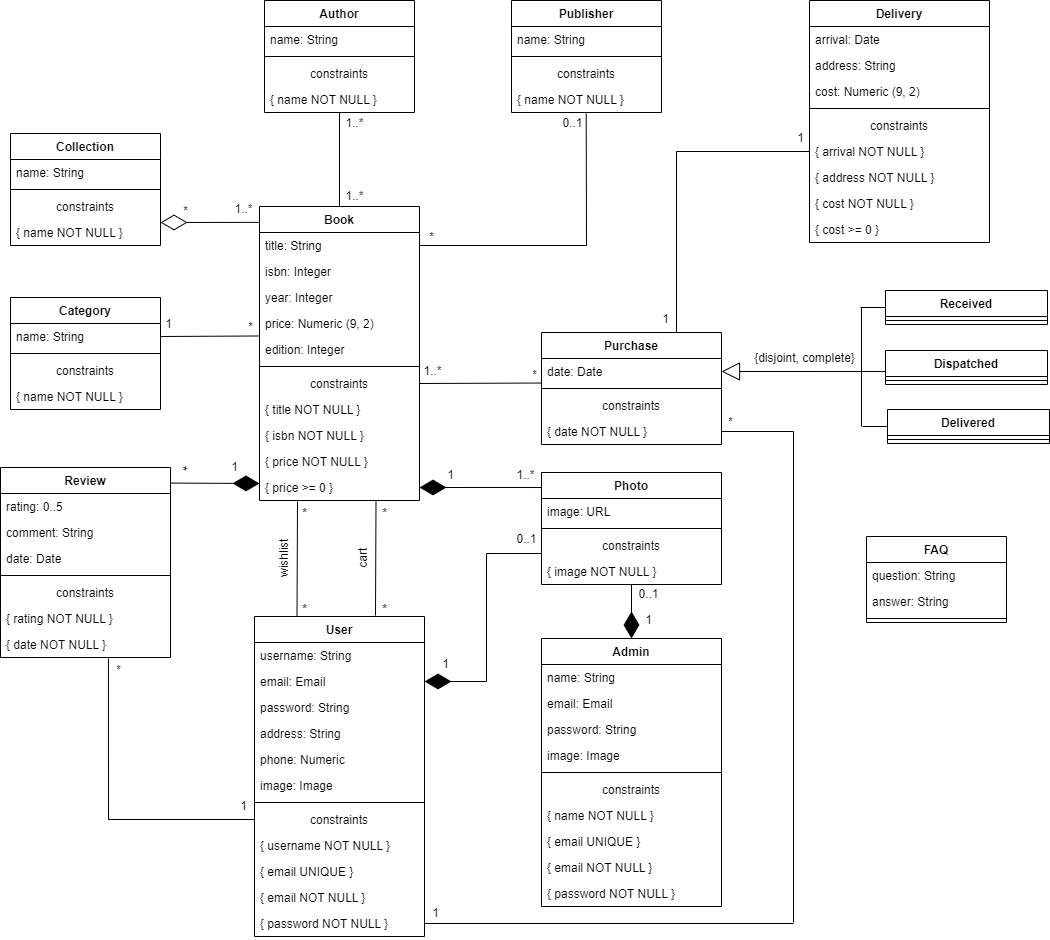
P1ntas/LBAW keeps this draw.io diagram as docs/images/UML.png. Above is the earlier version. Source tidied: cells renumbered, new cells last; positions are measured from the earlier drawing's top-left corner, leaving out a move shared by most shapes.
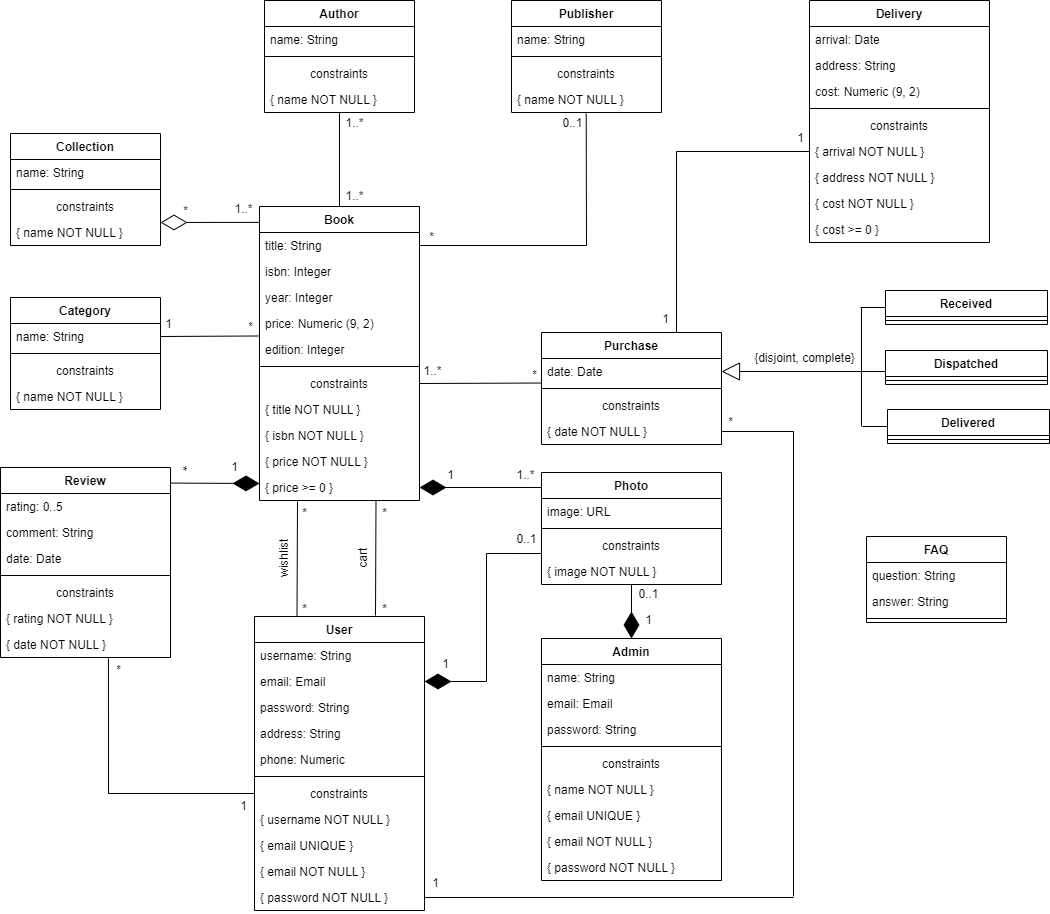
Above is the later version.

Change to the diagram source:
```diff
@@ -39,7 +39,7 @@
       <mxGeometry y="268" width="160" height="26" as="geometry" />
     </mxCell>
     <mxCell id="14" value="User" style="swimlane;fontStyle=1;align=center;verticalAlign=top;horizontal=1;startSize=26;" parent="1" vertex="1">
-      <mxGeometry x="254" y="616" width="170" height="320" as="geometry" />
+      <mxGeometry x="254" y="616" width="170" height="294" as="geometry" />
     </mxCell>
     <mxCell id="15" value="username: String" style="text;strokeColor=none;fillColor=none;align=left;verticalAlign=top;spacingLeft=4;spacingRight=4;overflow=hidden;" parent="14" vertex="1">
       <mxGeometry y="26" width="170" height="26" as="geometry" />
@@ -56,29 +56,26 @@
     <mxCell id="19" value="phone: Numeric" style="text;strokeColor=none;fillColor=none;align=left;verticalAlign=top;spacingLeft=4;spacingRight=4;overflow=hidden;" parent="14" vertex="1">
       <mxGeometry y="130" width="170" height="26" as="geometry" />
     </mxCell>
-    <mxCell id="20" value="image: Image" style="text;strokeColor=none;fillColor=none;align=left;verticalAlign=top;spacingLeft=4;spacingRight=4;overflow=hidden;" parent="14" vertex="1">
-      <mxGeometry y="156" width="170" height="26" as="geometry" />
-    </mxCell>
     <mxCell id="21" style="line;strokeWidth=1;fillColor=none;align=left;verticalAlign=middle;spacingTop=-1;spacingLeft=3;spacingRight=3;labelPosition=right;strokeColor=inherit;" parent="14" vertex="1">
-      <mxGeometry y="182" width="170" height="8" as="geometry" />
+      <mxGeometry y="156" width="170" height="8" as="geometry" />
     </mxCell>
     <mxCell id="22" value="constraints" style="text;strokeColor=none;fillColor=none;align=center;verticalAlign=top;spacingLeft=4;spacingRight=4;overflow=hidden;points=[[0,0.5],[1,0.5]];portConstraint=eastwest;" parent="14" vertex="1">
-      <mxGeometry y="190" width="170" height="26" as="geometry" />
+      <mxGeometry y="164" width="170" height="26" as="geometry" />
     </mxCell>
     <mxCell id="23" value="{ username NOT NULL }" style="text;strokeColor=none;fillColor=none;align=left;verticalAlign=top;spacingLeft=4;spacingRight=4;overflow=hidden;" parent="14" vertex="1">
-      <mxGeometry y="216" width="170" height="26" as="geometry" />
+      <mxGeometry y="190" width="170" height="26" as="geometry" />
     </mxCell>
     <mxCell id="24" value="{ email UNIQUE }" style="text;strokeColor=none;fillColor=none;align=left;verticalAlign=top;spacingLeft=4;spacingRight=4;overflow=hidden;" parent="14" vertex="1">
-      <mxGeometry y="242" width="170" height="26" as="geometry" />
+      <mxGeometry y="216" width="170" height="26" as="geometry" />
     </mxCell>
     <mxCell id="25" value="{ email NOT NULL }" style="text;strokeColor=none;fillColor=none;align=left;verticalAlign=top;spacingLeft=4;spacingRight=4;overflow=hidden;" parent="14" vertex="1">
-      <mxGeometry y="268" width="170" height="26" as="geometry" />
+      <mxGeometry y="242" width="170" height="26" as="geometry" />
     </mxCell>
     <mxCell id="26" value="{ password NOT NULL }" style="text;strokeColor=none;fillColor=none;align=left;verticalAlign=top;spacingLeft=4;spacingRight=4;overflow=hidden;points=[[0,0.5],[1,0.5]];portConstraint=eastwest;" parent="14" vertex="1">
-      <mxGeometry y="294" width="170" height="26" as="geometry" />
+      <mxGeometry y="268" width="170" height="26" as="geometry" />
     </mxCell>
     <mxCell id="27" value="Admin" style="swimlane;fontStyle=1;align=center;verticalAlign=top;horizontal=1;startSize=26;" parent="1" vertex="1">
-      <mxGeometry x="541" y="638" width="180" height="268" as="geometry" />
+      <mxGeometry x="541" y="638" width="180" height="242" as="geometry" />
     </mxCell>
     <mxCell id="28" value="name: String" style="text;strokeColor=none;fillColor=none;align=left;verticalAlign=top;spacingLeft=4;spacingRight=4;overflow=hidden;" parent="27" vertex="1">
       <mxGeometry y="26" width="180" height="26" as="geometry" />
@@ -89,26 +86,23 @@
     <mxCell id="30" value="password: String" style="text;strokeColor=none;fillColor=none;align=left;verticalAlign=top;spacingLeft=4;spacingRight=4;overflow=hidden;" parent="27" vertex="1">
       <mxGeometry y="78" width="180" height="26" as="geometry" />
     </mxCell>
-    <mxCell id="31" value="image: Image" style="text;strokeColor=none;fillColor=none;align=left;verticalAlign=top;spacingLeft=4;spacingRight=4;overflow=hidden;" parent="27" vertex="1">
-      <mxGeometry y="104" width="180" height="26" as="geometry" />
-    </mxCell>
     <mxCell id="32" style="line;strokeWidth=1;fillColor=none;align=left;verticalAlign=middle;spacingTop=-1;spacingLeft=3;spacingRight=3;labelPosition=right;strokeColor=inherit;" parent="27" vertex="1">
-      <mxGeometry y="130" width="180" height="8" as="geometry" />
+      <mxGeometry y="104" width="180" height="8" as="geometry" />
     </mxCell>
     <mxCell id="33" value="constraints" style="text;strokeColor=none;fillColor=none;align=center;verticalAlign=top;spacingLeft=4;spacingRight=4;overflow=hidden;" parent="27" vertex="1">
-      <mxGeometry y="138" width="180" height="26" as="geometry" />
+      <mxGeometry y="112" width="180" height="26" as="geometry" />
     </mxCell>
     <mxCell id="34" value="{ name NOT NULL }" style="text;strokeColor=none;fillColor=none;align=left;verticalAlign=top;spacingLeft=4;spacingRight=4;overflow=hidden;" parent="27" vertex="1">
-      <mxGeometry y="164" width="180" height="26" as="geometry" />
+      <mxGeometry y="138" width="180" height="26" as="geometry" />
     </mxCell>
     <mxCell id="35" value="{ email UNIQUE }" style="text;strokeColor=none;fillColor=none;align=left;verticalAlign=top;spacingLeft=4;spacingRight=4;overflow=hidden;" parent="27" vertex="1">
-      <mxGeometry y="190" width="180" height="26" as="geometry" />
+      <mxGeometry y="164" width="180" height="26" as="geometry" />
     </mxCell>
     <mxCell id="36" value="{ email NOT NULL }" style="text;strokeColor=none;fillColor=none;align=left;verticalAlign=top;spacingLeft=4;spacingRight=4;overflow=hidden;" parent="27" vertex="1">
-      <mxGeometry y="216" width="180" height="26" as="geometry" />
+      <mxGeometry y="190" width="180" height="26" as="geometry" />
     </mxCell>
     <mxCell id="37" value="{ password NOT NULL }" style="text;strokeColor=none;fillColor=none;align=left;verticalAlign=top;spacingLeft=4;spacingRight=4;overflow=hidden;" parent="27" vertex="1">
-      <mxGeometry y="242" width="180" height="26" as="geometry" />
+      <mxGeometry y="216" width="180" height="26" as="geometry" />
     </mxCell>
     <mxCell id="38" value="FAQ" style="swimlane;fontStyle=1;align=center;verticalAlign=top;horizontal=1;startSize=26;" parent="1" vertex="1">
       <mxGeometry x="866" y="536" width="140" height="86" as="geometry" />
@@ -259,7 +253,7 @@
     <mxCell id="85" style="endArrow=none;html=1;rounded=0;exitX=0.635;exitY=1.032;exitDx=0;exitDy=0;exitPerimeter=0;entryX=0;entryY=0.5;entryDx=0;entryDy=0;" parent="1" edge="1" source="69" target="22">
       <mxGeometry relative="1" as="geometry">
         <Array as="points">
-          <mxPoint x="108" y="819" />
+          <mxPoint x="108" y="793" />
         </Array>
       </mxGeometry>
     </mxCell>
@@ -458,7 +452,7 @@
     </mxCell>
     <mxCell id="142" style="endArrow=none;html=1;rounded=0;exitX=1;exitY=0.5;exitDx=0;exitDy=0;" parent="1" edge="1" source="74">
       <mxGeometry relative="1" as="geometry">
-        <mxPoint x="793" y="922" as="targetPoint" />
+        <mxPoint x="793" y="896" as="targetPoint" />
         <Array as="points">
           <mxPoint x="793" y="431" />
         </Array>
@@ -466,11 +460,11 @@
     </mxCell>
     <mxCell id="143" style="endArrow=none;html=1;rounded=0;exitX=1;exitY=0.5;exitDx=0;exitDy=0;" parent="1" edge="1" source="26">
       <mxGeometry relative="1" as="geometry">
-        <mxPoint x="793" y="923" as="targetPoint" />
+        <mxPoint x="793" y="897" as="targetPoint" />
       </mxGeometry>
     </mxCell>
     <mxCell id="144" value="1" style="text;html=1;align=center;verticalAlign=middle;strokeColor=none;fillColor=none;" parent="1" vertex="1">
-      <mxGeometry x="422" y="900" width="25" height="26" as="geometry" />
+      <mxGeometry x="422" y="870" width="25" height="26" as="geometry" />
     </mxCell>
     <mxCell id="145" value="*" style="text;html=1;align=center;verticalAlign=middle;strokeColor=none;fillColor=none;" parent="1" vertex="1">
       <mxGeometry x="718" y="409" width="23" height="26" as="geometry" />
```
